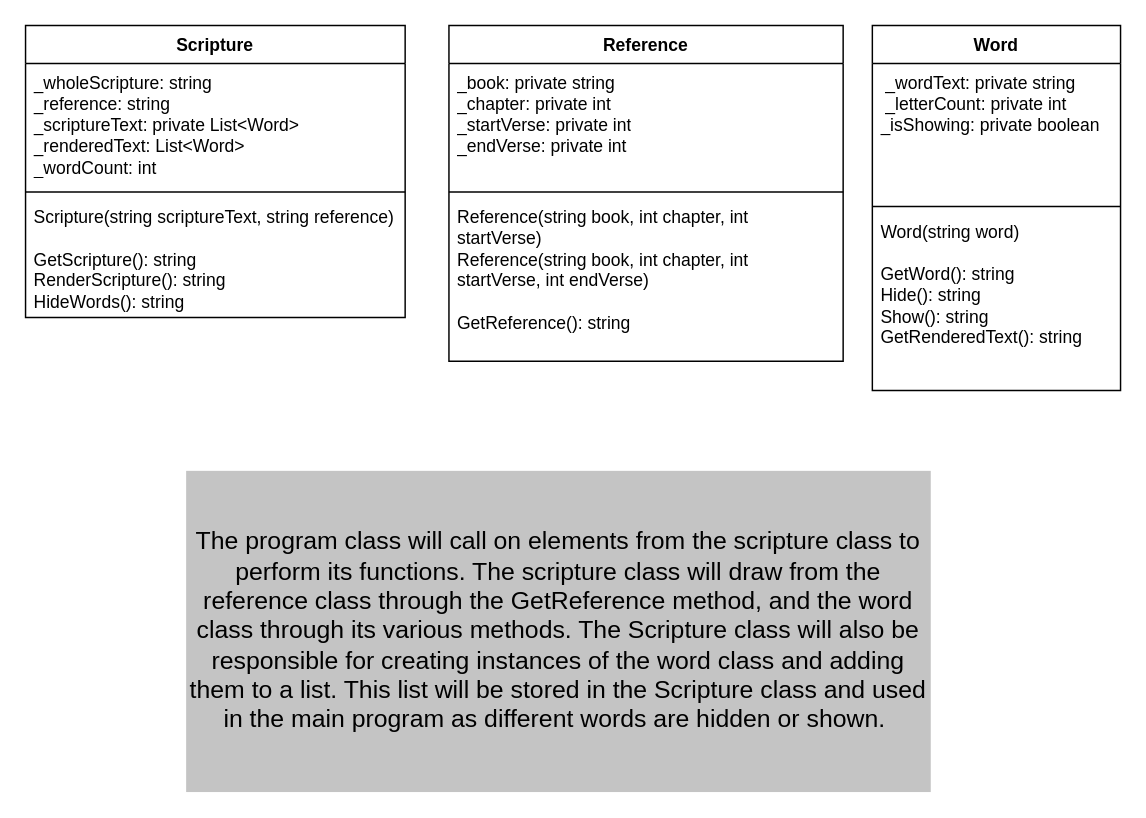
Before: memorizer.drawio in KayleeWild/cse210, a draw.io diagram. Source tidied: cells renumbered, new cells numbered last; positions are measured from the earlier drawing's top-left corner, leaving out a move shared by most shapes. Both pictures are drawn from the tidied source at 146%, with x=0, y=0 at pixel (25, 25).
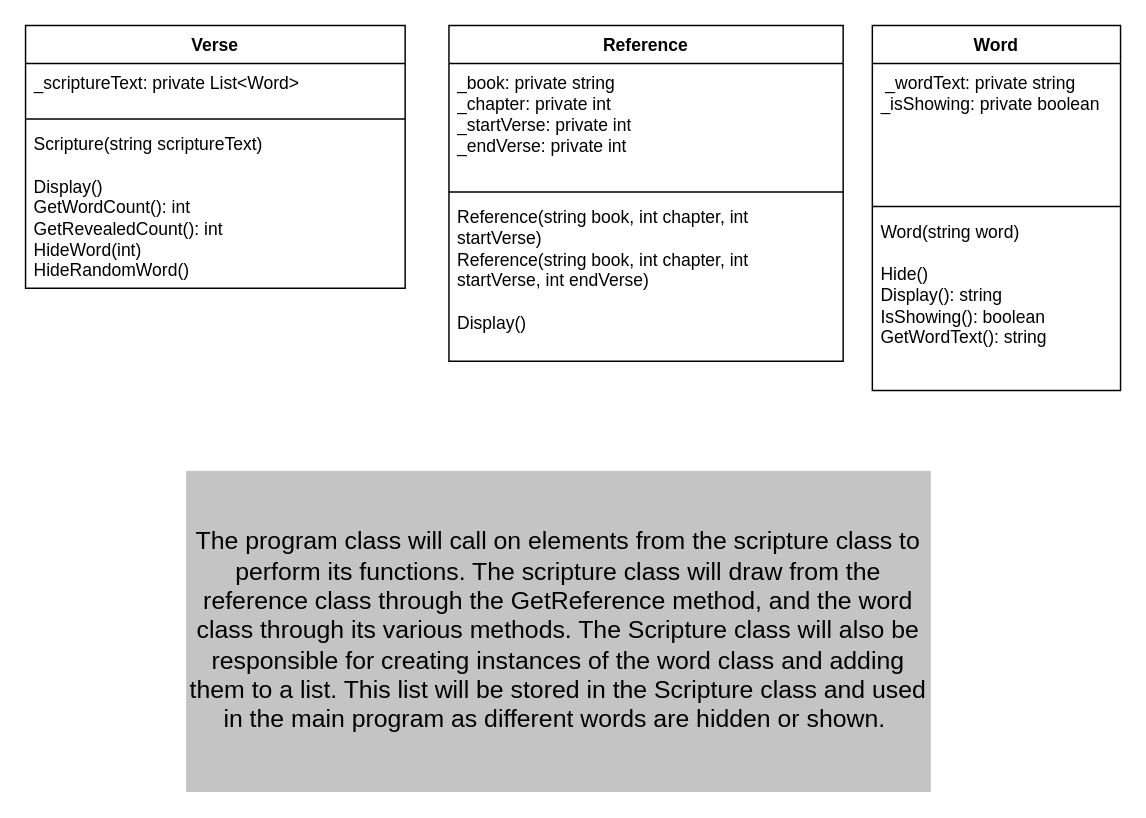
After the change.

Commit message (it also covers changes not shown here):
finished memorizer

Change to the diagram source:
```diff
@@
 <mxGraphModel>
   <root>
     <mxCell id="0" />
     <mxCell id="1" parent="0" />
     <mxCell id="2" value="Word" style="swimlane;fontStyle=1;align=center;verticalAlign=top;horizontal=1;startSize=26;whiteSpace=wrap;html=1;" parent="1" vertex="1">
       <mxGeometry x="580" width="170" height="250" as="geometry" />
     </mxCell>
-    <mxCell id="3" value="&lt;div&gt;&amp;nbsp;_wordText: private string&lt;/div&gt;&lt;div&gt;&lt;span style=&quot;background-color: initial;&quot;&gt;&amp;nbsp;_letterCount: private in&lt;/span&gt;&lt;span style=&quot;background-color: initial;&quot;&gt;t&lt;/span&gt;&lt;/div&gt;&lt;div&gt;&lt;span style=&quot;background-color: initial;&quot;&gt;_isShowing: private boolean&lt;/span&gt;&lt;/div&gt;" style="text;strokeColor=none;fillColor=none;align=left;verticalAlign=top;spacingLeft=4;spacingRight=4;overflow=hidden;whiteSpace=wrap;html=1;" parent="2" vertex="1">
+    <mxCell id="3" value="&lt;div&gt;&amp;nbsp;_wordText: private string&lt;/div&gt;&lt;div&gt;&lt;span style=&quot;background-color: initial;&quot;&gt;_isShowing: private boolean&lt;/span&gt;&lt;br&gt;&lt;/div&gt;" style="text;strokeColor=none;fillColor=none;align=left;verticalAlign=top;spacingLeft=4;spacingRight=4;overflow=hidden;whiteSpace=wrap;html=1;" parent="2" vertex="1">
       <mxGeometry y="26" width="170" height="94" as="geometry" />
     </mxCell>
     <mxCell id="4" style="line;strokeWidth=1;fillColor=none;align=left;verticalAlign=middle;spacingTop=-1;spacingLeft=3;spacingRight=3;labelPosition=right;strokeColor=inherit;" parent="2" vertex="1">
       <mxGeometry y="120" width="170" height="8" as="geometry" />
     </mxCell>
-    <mxCell id="5" value="&lt;div&gt;&lt;span style=&quot;background-color: initial;&quot;&gt;Word(string word)&lt;/span&gt;&lt;br&gt;&lt;/div&gt;&lt;div&gt;&lt;br&gt;&lt;/div&gt;GetWord(): string&lt;div&gt;Hide(): string&lt;/div&gt;&lt;div&gt;Show(): string&lt;/div&gt;&lt;div&gt;GetRenderedText(): string&lt;/div&gt;" style="text;strokeColor=none;fillColor=none;align=left;verticalAlign=top;spacingLeft=4;spacingRight=4;overflow=hidden;whiteSpace=wrap;html=1;" parent="2" vertex="1">
+    <mxCell id="5" value="&lt;div&gt;&lt;span style=&quot;background-color: initial;&quot;&gt;Word(string word)&lt;/span&gt;&lt;br&gt;&lt;/div&gt;&lt;div&gt;&lt;br&gt;&lt;/div&gt;&lt;div&gt;Hide()&lt;/div&gt;&lt;div&gt;Display(): string&lt;/div&gt;&lt;div&gt;IsShowing(): boolean&lt;/div&gt;&lt;div&gt;GetWordText(): string&lt;/div&gt;" style="text;strokeColor=none;fillColor=none;align=left;verticalAlign=top;spacingLeft=4;spacingRight=4;overflow=hidden;whiteSpace=wrap;html=1;" parent="2" vertex="1">
       <mxGeometry y="128" width="170" height="122" as="geometry" />
     </mxCell>
-    <mxCell id="6" value="Scripture" style="swimlane;fontStyle=1;align=center;verticalAlign=top;horizontal=1;startSize=26;whiteSpace=wrap;html=1;" parent="1" vertex="1">
-      <mxGeometry width="260" height="200" as="geometry" />
+    <mxCell id="6" value="Verse" style="swimlane;fontStyle=1;align=center;verticalAlign=top;horizontal=1;startSize=26;whiteSpace=wrap;html=1;" parent="1" vertex="1">
+      <mxGeometry width="260" height="180" as="geometry" />
     </mxCell>
-    <mxCell id="7" value="&lt;div&gt;_wholeScripture: string&lt;/div&gt;&lt;div&gt;_reference: string&lt;br&gt;&lt;div&gt;_scriptureText: private List&amp;lt;Word&amp;gt;&lt;/div&gt;&lt;div&gt;_renderedText: List&amp;lt;Word&amp;gt;&lt;/div&gt;&lt;div&gt;_wordCount: int&lt;/div&gt;&lt;/div&gt;" style="text;strokeColor=none;fillColor=none;align=left;verticalAlign=top;spacingLeft=4;spacingRight=4;overflow=hidden;whiteSpace=wrap;html=1;" parent="6" vertex="1">
-      <mxGeometry y="26" width="260" height="84" as="geometry" />
+    <mxCell id="7" value="&lt;div&gt;&lt;span style=&quot;background-color: initial;&quot;&gt;_scriptureText: private List&amp;lt;Word&amp;gt;&lt;/span&gt;&lt;br&gt;&lt;/div&gt;&lt;div&gt;&lt;div&gt;&lt;br&gt;&lt;/div&gt;&lt;/div&gt;" style="text;strokeColor=none;fillColor=none;align=left;verticalAlign=top;spacingLeft=4;spacingRight=4;overflow=hidden;whiteSpace=wrap;html=1;" parent="6" vertex="1">
+      <mxGeometry y="26" width="260" height="34" as="geometry" />
     </mxCell>
     <mxCell id="8" style="line;strokeWidth=1;fillColor=none;align=left;verticalAlign=middle;spacingTop=-1;spacingLeft=3;spacingRight=3;labelPosition=right;strokeColor=inherit;" parent="6" vertex="1">
-      <mxGeometry y="110" width="260" height="8" as="geometry" />
+      <mxGeometry y="60" width="260" height="8" as="geometry" />
     </mxCell>
-    <mxCell id="9" value="&lt;div&gt;Scripture(string scriptureText, string reference)&lt;/div&gt;&lt;div&gt;&lt;br&gt;&lt;/div&gt;&lt;div&gt;GetScripture(): string&lt;/div&gt;&lt;div&gt;&lt;span style=&quot;background-color: initial;&quot;&gt;RenderScripture(): string&lt;/span&gt;&lt;br&gt;&lt;/div&gt;&lt;div&gt;&lt;span style=&quot;background-color: initial;&quot;&gt;HideWords(): string&lt;/span&gt;&lt;/div&gt;" style="text;strokeColor=none;fillColor=none;align=left;verticalAlign=top;spacingLeft=4;spacingRight=4;overflow=hidden;whiteSpace=wrap;html=1;" parent="6" vertex="1">
-      <mxGeometry y="118" width="260" height="82" as="geometry" />
+    <mxCell id="9" value="&lt;div&gt;Scripture(string scriptureText)&lt;/div&gt;&lt;div&gt;&lt;br&gt;&lt;/div&gt;&lt;div&gt;Display()&lt;/div&gt;&lt;div&gt;GetWordCount(): int&lt;/div&gt;&lt;div&gt;&lt;span style=&quot;background-color: initial;&quot;&gt;GetRevealedCount(): int&lt;/span&gt;&lt;br&gt;&lt;/div&gt;&lt;div&gt;&lt;span style=&quot;background-color: initial;&quot;&gt;HideWord(int)&lt;/span&gt;&lt;/div&gt;&lt;div&gt;HideRandomWord()&lt;/div&gt;" style="text;strokeColor=none;fillColor=none;align=left;verticalAlign=top;spacingLeft=4;spacingRight=4;overflow=hidden;whiteSpace=wrap;html=1;" parent="6" vertex="1">
+      <mxGeometry y="68" width="260" height="112" as="geometry" />
     </mxCell>
     <mxCell id="10" value="Reference" style="swimlane;fontStyle=1;align=center;verticalAlign=top;horizontal=1;startSize=26;whiteSpace=wrap;html=1;" parent="1" vertex="1">
       <mxGeometry x="290" width="270" height="230" as="geometry" />
     </mxCell>
     <mxCell id="11" value="_book: private string&lt;div&gt;_chapter: private int&lt;/div&gt;&lt;div&gt;_startVerse: private int&lt;/div&gt;&lt;div&gt;_endVerse: private int&lt;/div&gt;" style="text;strokeColor=none;fillColor=none;align=left;verticalAlign=top;spacingLeft=4;spacingRight=4;overflow=hidden;whiteSpace=wrap;html=1;" parent="10" vertex="1">
       <mxGeometry y="26" width="270" height="84" as="geometry" />
     </mxCell>
     <mxCell id="12" style="line;strokeWidth=1;fillColor=none;align=left;verticalAlign=middle;spacingTop=-1;spacingLeft=3;spacingRight=3;labelPosition=right;strokeColor=inherit;" parent="10" vertex="1">
       <mxGeometry y="110" width="270" height="8" as="geometry" />
     </mxCell>
-    <mxCell id="13" value="&lt;div&gt;&lt;span style=&quot;background-color: initial;&quot;&gt;Reference(string book, int chapter, int startVerse)&lt;/span&gt;&lt;br&gt;&lt;/div&gt;&lt;div&gt;&lt;span style=&quot;background-color: initial;&quot;&gt;Reference(string book, int chapter, int startVerse, int endVerse)&lt;/span&gt;&lt;br&gt;&lt;/div&gt;&lt;div&gt;&lt;br&gt;&lt;/div&gt;GetReference(): string&lt;div&gt;&lt;br&gt;&lt;/div&gt;" style="text;strokeColor=none;fillColor=none;align=left;verticalAlign=top;spacingLeft=4;spacingRight=4;overflow=hidden;whiteSpace=wrap;html=1;" parent="10" vertex="1">
+    <mxCell id="13" value="&lt;div&gt;&lt;span style=&quot;background-color: initial;&quot;&gt;Reference(string book, int chapter, int startVerse)&lt;/span&gt;&lt;br&gt;&lt;/div&gt;&lt;div&gt;&lt;span style=&quot;background-color: initial;&quot;&gt;Reference(string book, int chapter, int startVerse, int endVerse)&lt;/span&gt;&lt;br&gt;&lt;/div&gt;&lt;div&gt;&lt;br&gt;&lt;/div&gt;Display()&lt;div&gt;&lt;br&gt;&lt;/div&gt;" style="text;strokeColor=none;fillColor=none;align=left;verticalAlign=top;spacingLeft=4;spacingRight=4;overflow=hidden;whiteSpace=wrap;html=1;" parent="10" vertex="1">
       <mxGeometry y="118" width="270" height="112" as="geometry" />
     </mxCell>
     <mxCell id="14" value="&lt;font style=&quot;font-size: 17px;&quot;&gt;The program class will call on elements from the scripture class to perform its functions. The scripture class will draw from the reference class through the GetReference method, and the word class through its various methods. The Scripture class will also be responsible for creating instances of the word class and adding them to a list. This list will be stored in the Scripture class and used in the main program as different words are hidden or shown.&amp;nbsp;&lt;/font&gt;" style="text;html=1;align=center;verticalAlign=middle;whiteSpace=wrap;rounded=0;fillColor=#C4C4C4;spacing=2;" parent="1" vertex="1">
       <mxGeometry x="110" y="305" width="510" height="220" as="geometry" />
     </mxCell>
   </root>
 </mxGraphModel>
```
